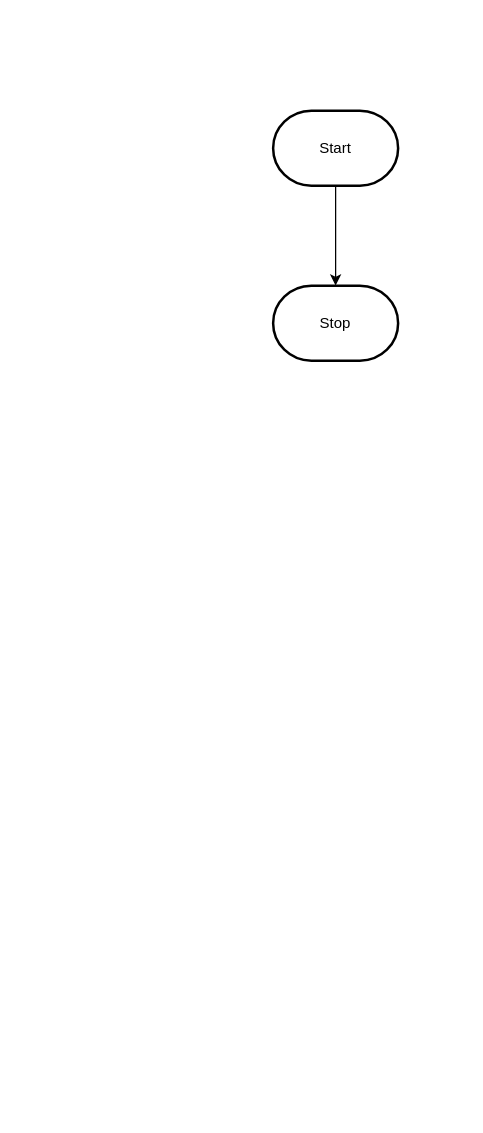
The draw.io diagram design/flowchart.drawio in MTHS-ICD2O-1-2023/ICD2O-Unit-5-01-fetuha-gebremekeal, before the edit. Source tidied: cells renumbered, new cells numbered last; positions are measured from the earlier drawing's top-left corner, leaving out a move shared by most shapes. Both pictures are drawn from the tidied source at 125%, with x=0, y=0 at pixel (272, 110).
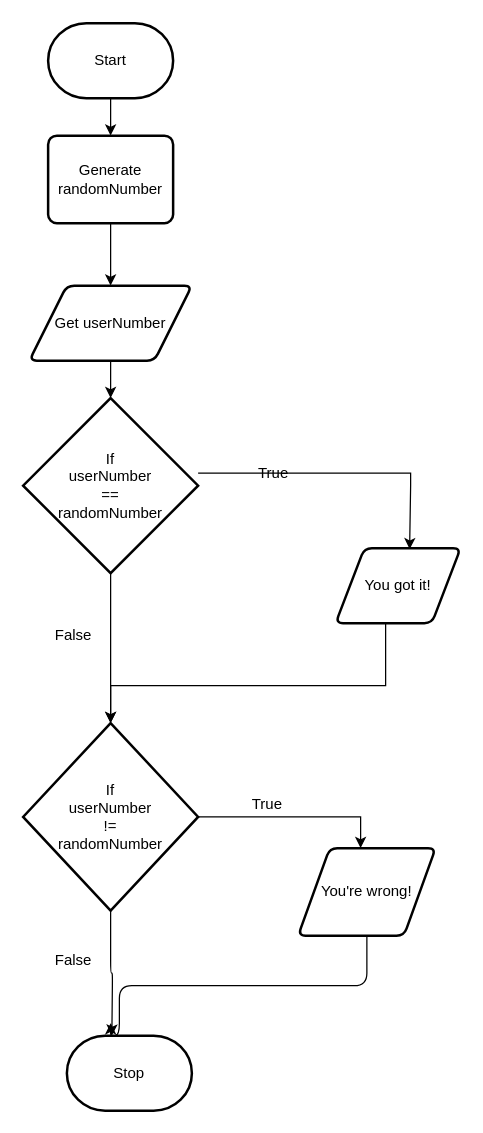
After the change.

What changed in the source:
```diff
@@
-    <mxCell id="2" style="edgeStyle=orthogonalEdgeStyle;html=1;rounded=0;" parent="1" edge="1" source="3" target="4">
-      <mxGeometry relative="1" as="geometry" />
-    </mxCell>
+    <mxCell id="5" style="edgeStyle=none;html=1;entryX=0.5;entryY=0;entryDx=0;entryDy=0;" parent="1" edge="1" source="3" target="2">
+      <mxGeometry relative="1" as="geometry" />
+    </mxCell>
     <mxCell id="3" value="Start" style="strokeWidth=2;html=1;shape=mxgraph.flowchart.terminator;whiteSpace=wrap;" parent="1" vertex="1">
-      <mxGeometry width="100" height="60" as="geometry" />
+      <mxGeometry x="-180" y="-70" width="100" height="60" as="geometry" />
     </mxCell>
     <mxCell id="4" value="Stop" style="strokeWidth=2;html=1;shape=mxgraph.flowchart.terminator;whiteSpace=wrap;" parent="1" vertex="1">
-      <mxGeometry y="140" width="100" height="60" as="geometry" />
+      <mxGeometry x="-165" y="740" width="100" height="60" as="geometry" />
     </mxCell>
+    <mxCell id="6" style="edgeStyle=none;html=1;" parent="1" edge="1" source="2" target="8">
+      <mxGeometry relative="1" as="geometry" />
+    </mxCell>
+    <mxCell id="2" value="Generate&lt;br&gt;randomNumber" style="rounded=1;whiteSpace=wrap;html=1;absoluteArcSize=1;arcSize=14;strokeWidth=2;" parent="1" vertex="1">
+      <mxGeometry x="-180" y="20" width="100" height="70" as="geometry" />
+    </mxCell>
+    <mxCell id="7" style="edgeStyle=none;html=1;entryX=0.5;entryY=0;entryDx=0;entryDy=0;entryPerimeter=0;" parent="1" edge="1" source="8" target="11">
+      <mxGeometry relative="1" as="geometry" />
+    </mxCell>
+    <mxCell id="8" value="Get userNumber" style="shape=parallelogram;html=1;strokeWidth=2;perimeter=parallelogramPerimeter;whiteSpace=wrap;rounded=1;arcSize=12;size=0.23;" parent="1" vertex="1">
+      <mxGeometry x="-195" y="140" width="130" height="60" as="geometry" />
+    </mxCell>
+    <mxCell id="9" style="edgeStyle=orthogonalEdgeStyle;shape=connector;rounded=1;html=1;entryX=0.5;entryY=0;entryDx=0;entryDy=0;entryPerimeter=0;labelBackgroundColor=default;strokeColor=default;fontFamily=Helvetica;fontSize=12;fontColor=default;endArrow=classic;" parent="1" edge="1" source="11" target="17">
+      <mxGeometry relative="1" as="geometry" />
+    </mxCell>
+    <mxCell id="10" style="edgeStyle=orthogonalEdgeStyle;shape=connector;rounded=0;html=1;labelBackgroundColor=default;strokeColor=default;fontFamily=Helvetica;fontSize=12;fontColor=default;endArrow=classic;entryX=0.592;entryY=0.014;entryDx=0;entryDy=0;entryPerimeter=0;" parent="1" edge="1" source="11" target="13">
+      <mxGeometry relative="1" as="geometry">
+        <Array as="points">
+          <mxPoint x="110" y="290" />
+          <mxPoint x="110" y="300" />
+          <mxPoint x="109" y="300" />
+        </Array>
+      </mxGeometry>
+    </mxCell>
+    <mxCell id="11" value="If&lt;br&gt;userNumber&lt;br&gt;==&lt;br&gt;randomNumber" style="strokeWidth=2;html=1;shape=mxgraph.flowchart.decision;whiteSpace=wrap;" parent="1" vertex="1">
+      <mxGeometry x="-200" y="230" width="140" height="140" as="geometry" />
+    </mxCell>
+    <mxCell id="12" style="edgeStyle=orthogonalEdgeStyle;shape=connector;rounded=0;html=1;entryX=0.5;entryY=0;entryDx=0;entryDy=0;entryPerimeter=0;labelBackgroundColor=default;strokeColor=default;fontFamily=Helvetica;fontSize=11;fontColor=default;endArrow=classic;" parent="1" edge="1" source="13" target="17">
+      <mxGeometry relative="1" as="geometry">
+        <Array as="points">
+          <mxPoint x="90" y="460" />
+          <mxPoint x="-130" y="460" />
+        </Array>
+      </mxGeometry>
+    </mxCell>
+    <mxCell id="13" value="You got it!" style="shape=parallelogram;html=1;strokeWidth=2;perimeter=parallelogramPerimeter;whiteSpace=wrap;rounded=1;arcSize=12;size=0.23;" parent="1" vertex="1">
+      <mxGeometry x="50" y="350" width="100" height="60" as="geometry" />
+    </mxCell>
+    <mxCell id="14" value="True" style="text;html=1;align=center;verticalAlign=middle;strokeColor=none;fillColor=none;" parent="1" vertex="1">
+      <mxGeometry x="-25" y="275" width="50" height="30" as="geometry" />
+    </mxCell>
+    <mxCell id="15" style="edgeStyle=orthogonalEdgeStyle;shape=connector;rounded=0;html=1;labelBackgroundColor=default;strokeColor=default;fontFamily=Helvetica;fontSize=12;fontColor=default;endArrow=classic;" parent="1" edge="1" source="17" target="20">
+      <mxGeometry relative="1" as="geometry">
+        <Array as="points">
+          <mxPoint x="70" y="565" />
+        </Array>
+      </mxGeometry>
+    </mxCell>
+    <mxCell id="16" style="edgeStyle=orthogonalEdgeStyle;shape=connector;rounded=1;html=1;labelBackgroundColor=default;strokeColor=default;fontFamily=Helvetica;fontSize=12;fontColor=default;endArrow=classic;" parent="1" edge="1" source="17">
+      <mxGeometry relative="1" as="geometry">
+        <mxPoint x="-129" y="740" as="targetPoint" />
+      </mxGeometry>
+    </mxCell>
+    <mxCell id="17" value="If&lt;br&gt;userNumber&lt;br&gt;!=&lt;br&gt;randomNumber" style="strokeWidth=2;html=1;shape=mxgraph.flowchart.decision;whiteSpace=wrap;" parent="1" vertex="1">
+      <mxGeometry x="-200" y="490" width="140" height="150" as="geometry" />
+    </mxCell>
+    <mxCell id="18" value="False" style="text;html=1;align=center;verticalAlign=middle;strokeColor=none;fillColor=none;fontSize=12;fontFamily=Helvetica;fontColor=default;" parent="1" vertex="1">
+      <mxGeometry x="-185" y="405" width="50" height="30" as="geometry" />
+    </mxCell>
+    <mxCell id="19" style="edgeStyle=orthogonalEdgeStyle;shape=connector;rounded=1;html=1;labelBackgroundColor=default;strokeColor=default;fontFamily=Helvetica;fontSize=12;fontColor=default;endArrow=classic;" parent="1" edge="1" source="20">
+      <mxGeometry relative="1" as="geometry">
+        <mxPoint x="-130" y="730" as="targetPoint" />
+        <Array as="points">
+          <mxPoint x="75" y="700" />
+          <mxPoint x="-123" y="700" />
+          <mxPoint x="-123" y="740" />
+          <mxPoint x="-130" y="740" />
+        </Array>
+      </mxGeometry>
+    </mxCell>
+    <mxCell id="20" value="You're wrong!" style="shape=parallelogram;html=1;strokeWidth=2;perimeter=parallelogramPerimeter;whiteSpace=wrap;rounded=1;arcSize=12;size=0.23;fontFamily=Helvetica;fontSize=12;fontColor=default;fillColor=none;gradientColor=none;" parent="1" vertex="1">
+      <mxGeometry x="20" y="590" width="110" height="70" as="geometry" />
+    </mxCell>
+    <mxCell id="21" value="True" style="text;html=1;align=center;verticalAlign=middle;strokeColor=none;fillColor=none;fontSize=12;fontFamily=Helvetica;fontColor=default;" parent="1" vertex="1">
+      <mxGeometry x="-30" y="540" width="50" height="30" as="geometry" />
+    </mxCell>
+    <mxCell id="22" value="False" style="text;html=1;align=center;verticalAlign=middle;strokeColor=none;fillColor=none;fontSize=12;fontFamily=Helvetica;fontColor=default;" parent="1" vertex="1">
+      <mxGeometry x="-185" y="665" width="50" height="30" as="geometry" />
+    </mxCell>
```
